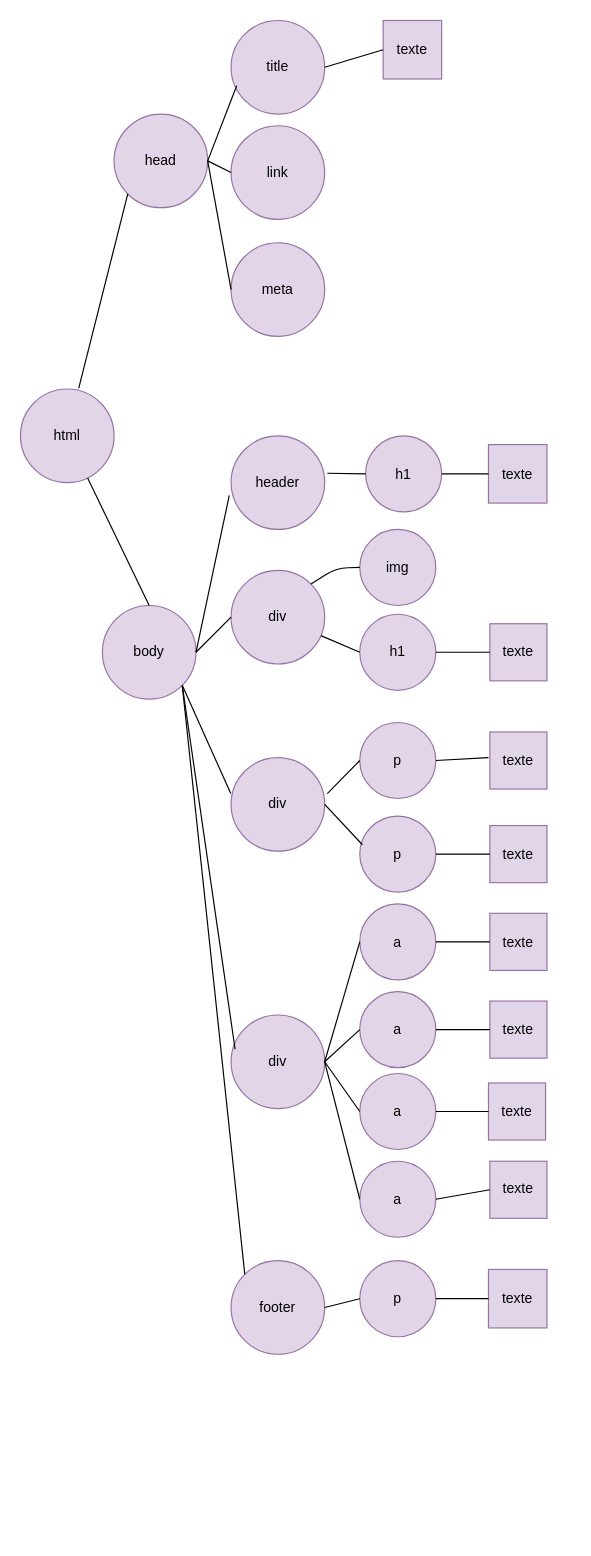
Halaiksse/TP01 keeps this draw.io diagram as DOM.drawio. Above is the earlier version. Source tidied: cells renumbered, new cells numbered last; positions are measured from the earlier drawing's top-left corner, leaving out a move shared by most shapes. Both pictures are drawn from the tidied source at 117%, with x=0, y=0 at pixel (20, 20).
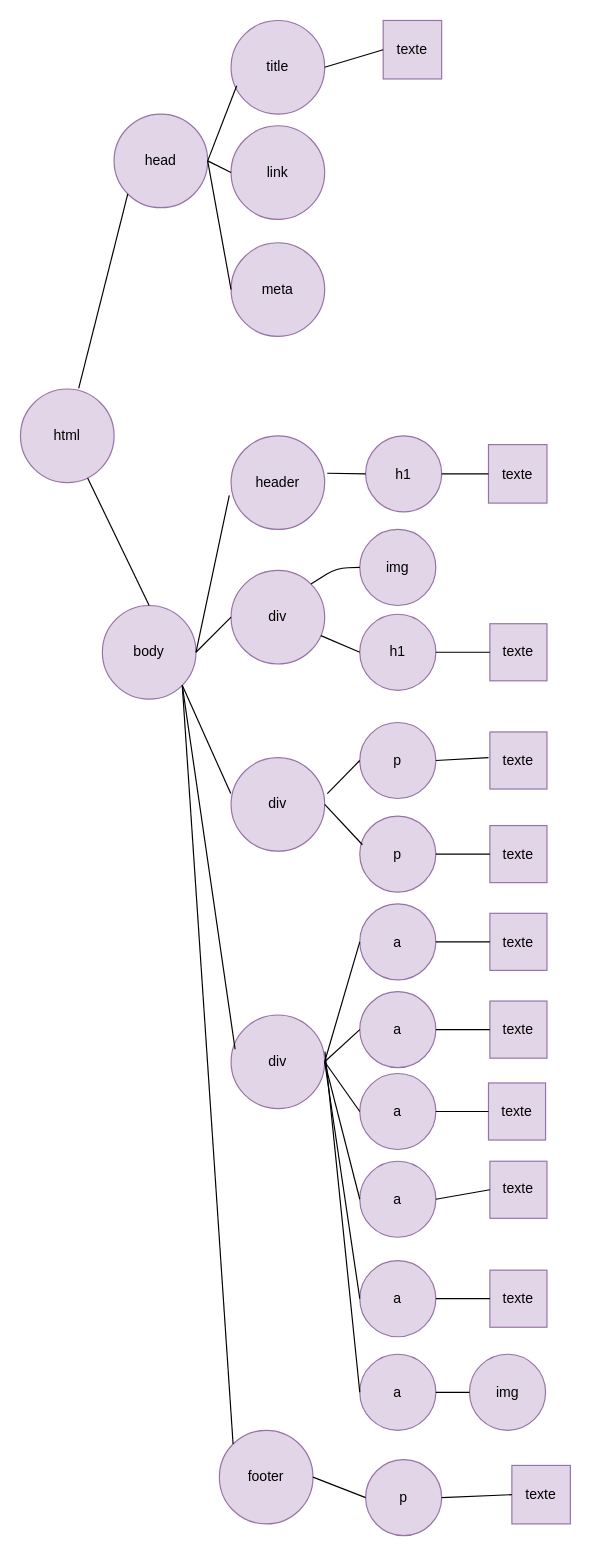
The same page after the edit.

Unchanged cells that the change refers to:
```xml
<mxCell id="17" value="div" style="ellipse;whiteSpace=wrap;html=1;fillColor=#e1d5e7;strokeColor=#9673a6;" parent="1" vertex="1">
  <mxGeometry x="180" y="850" width="80" height="80" as="geometry" />
</mxCell>
```

Change to the diagram source:
```diff
@@
     <mxCell id="12" value="footer" style="ellipse;whiteSpace=wrap;html=1;fillColor=#e1d5e7;strokeColor=#9673a6;" parent="1" vertex="1">
-      <mxGeometry x="180" y="1060" width="80" height="80" as="geometry" />
+      <mxGeometry x="170" y="1205" width="80" height="80" as="geometry" />
     </mxCell>
     <mxCell id="13" value="p" style="ellipse;whiteSpace=wrap;html=1;fillColor=#e1d5e7;strokeColor=#9673a6;" parent="1" vertex="1">
-      <mxGeometry x="290" y="1060" width="65" height="65" as="geometry" />
+      <mxGeometry x="295" y="1230" width="65" height="65" as="geometry" />
     </mxCell>
     <mxCell id="14" value="texte" style="whiteSpace=wrap;html=1;fillColor=#e1d5e7;strokeColor=#9673a6;" parent="1" vertex="1">
-      <mxGeometry x="400" y="1067.5" width="50" height="50" as="geometry" />
+      <mxGeometry x="420" y="1235" width="50" height="50" as="geometry" />
     </mxCell>
@@
+    <mxCell id="63" value="a" style="ellipse;whiteSpace=wrap;html=1;fillColor=#e1d5e7;strokeColor=#9673a6;" parent="1" vertex="1">
+      <mxGeometry x="290" y="1060" width="65" height="65" as="geometry" />
+    </mxCell>
+    <mxCell id="64" value="texte" style="whiteSpace=wrap;html=1;fillColor=#e1d5e7;strokeColor=#9673a6;" parent="1" vertex="1">
+      <mxGeometry x="401.2" y="1068.1" width="48.8" height="48.8" as="geometry" />
+    </mxCell>
+    <mxCell id="65" style="endArrow=none;html=1;entryX=1;entryY=0.5;entryDx=0;entryDy=0;exitX=0;exitY=0.5;exitDx=0;exitDy=0;" parent="1" edge="1" source="63" target="17">
+      <mxGeometry relative="1" as="geometry" />
+    </mxCell>
+    <mxCell id="66" style="endArrow=none;html=1;exitX=1;exitY=0.5;exitDx=0;exitDy=0;entryX=0;entryY=0.5;entryDx=0;entryDy=0;" parent="1" edge="1" source="63" target="64">
+      <mxGeometry relative="1" as="geometry" />
+    </mxCell>
+    <mxCell id="67" value="a" style="ellipse;whiteSpace=wrap;html=1;fillColor=#e1d5e7;strokeColor=#9673a6;" parent="1" vertex="1">
+      <mxGeometry x="290" y="1140" width="65" height="65" as="geometry" />
+    </mxCell>
+    <mxCell id="68" value="img" style="ellipse;whiteSpace=wrap;html=1;fillColor=#e1d5e7;strokeColor=#9673a6;" parent="1" vertex="1">
+      <mxGeometry x="383.8" y="1140" width="65" height="65" as="geometry" />
+    </mxCell>
+    <mxCell id="69" style="endArrow=none;html=1;exitX=1;exitY=0.5;exitDx=0;exitDy=0;entryX=0;entryY=0.5;entryDx=0;entryDy=0;" parent="1" edge="1" source="67" target="68">
+      <mxGeometry relative="1" as="geometry" />
+    </mxCell>
+    <mxCell id="70" style="endArrow=none;html=1;exitX=1.003;exitY=0.391;exitDx=0;exitDy=0;entryX=0;entryY=0.5;entryDx=0;entryDy=0;exitPerimeter=0;" parent="1" edge="1" source="17" target="67">
+      <mxGeometry relative="1" as="geometry" />
+    </mxCell>
```
